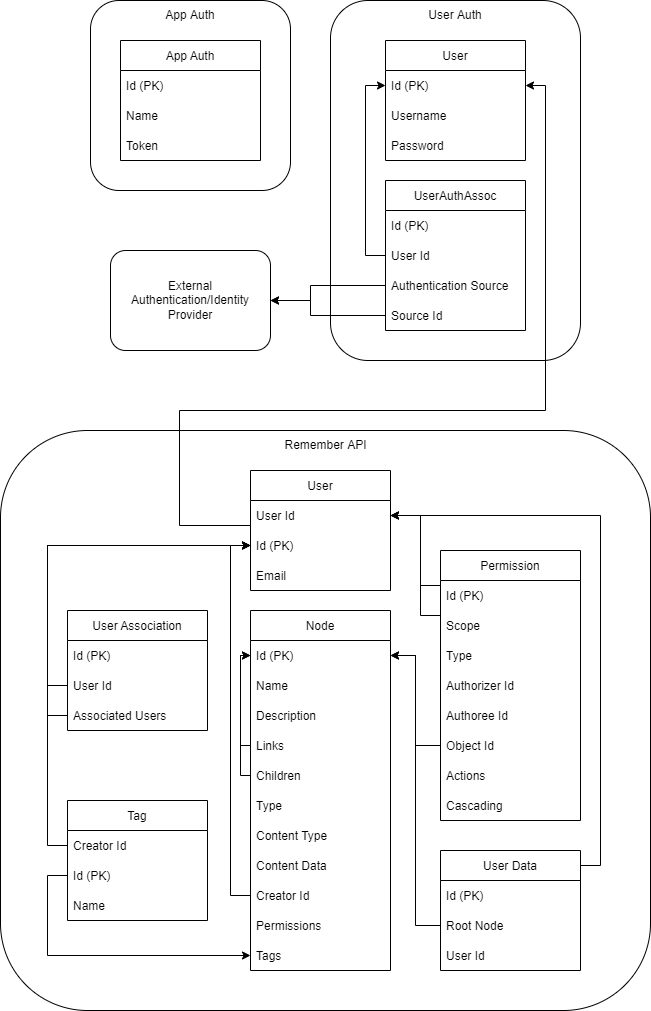
This is docs/Database-schema.drawio.png from TMarekAgh/remember, a draw.io export, as it was before one commit. Source tidied: cells renumbered, new cells last; positions are measured from the earlier drawing's top-left corner, leaving out a move shared by most shapes.
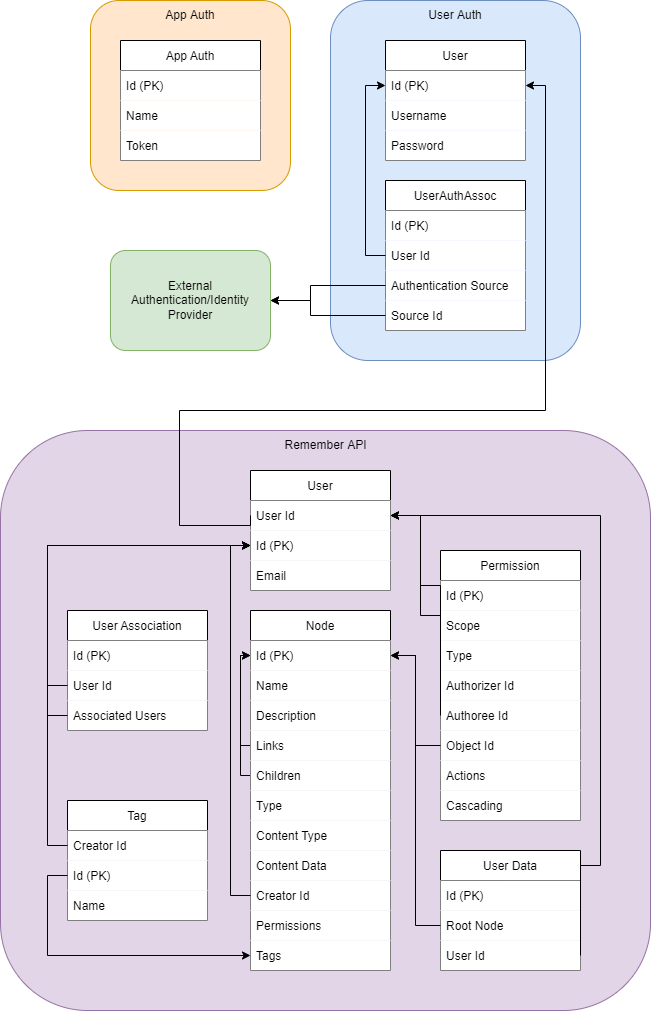
Later version of the same file.

Change to the diagram source:
```diff
@@ -4,3 +4,3 @@
     <mxCell id="1" parent="0" />
-    <mxCell id="2" style="rounded=1;whiteSpace=wrap;html=1;" parent="1" vertex="1">
+    <mxCell id="2" style="rounded=1;whiteSpace=wrap;html=1;fillColor=#ffe6cc;strokeColor=#d79b00;" parent="1" vertex="1">
       <mxGeometry x="90" width="200" height="190" as="geometry" />
@@ -10,9 +10,9 @@
     </mxCell>
-    <mxCell id="4" value="Id (PK)" style="text;strokeColor=none;fillColor=none;align=left;verticalAlign=middle;spacingLeft=4;spacingRight=4;overflow=hidden;" parent="3" vertex="1">
+    <mxCell id="4" value="Id (PK)" style="text;align=left;verticalAlign=middle;spacingLeft=4;spacingRight=4;overflow=hidden;fillColor=default;" parent="3" vertex="1">
       <mxGeometry y="30" width="140" height="30" as="geometry" />
     </mxCell>
-    <mxCell id="5" value="Name" style="text;strokeColor=none;fillColor=none;align=left;verticalAlign=middle;spacingLeft=4;spacingRight=4;overflow=hidden;" parent="3" vertex="1">
+    <mxCell id="5" value="Name" style="text;strokeColor=none;fillColor=default;align=left;verticalAlign=middle;spacingLeft=4;spacingRight=4;overflow=hidden;" parent="3" vertex="1">
       <mxGeometry y="60" width="140" height="30" as="geometry" />
     </mxCell>
-    <mxCell id="6" value="Token" style="text;strokeColor=none;fillColor=none;align=left;verticalAlign=middle;spacingLeft=4;spacingRight=4;overflow=hidden;" parent="3" vertex="1">
+    <mxCell id="6" value="Token" style="text;strokeColor=none;fillColor=default;align=left;verticalAlign=middle;spacingLeft=4;spacingRight=4;overflow=hidden;" parent="3" vertex="1">
       <mxGeometry y="90" width="140" height="30" as="geometry" />
@@ -22,3 +22,3 @@
     </mxCell>
-    <mxCell id="8" style="rounded=1;whiteSpace=wrap;html=1;" parent="1" vertex="1">
+    <mxCell id="8" style="rounded=1;whiteSpace=wrap;html=1;fillColor=#dae8fc;strokeColor=#6c8ebf;" parent="1" vertex="1">
       <mxGeometry x="330" width="250" height="360" as="geometry" />
@@ -31,9 +31,9 @@
     </mxCell>
-    <mxCell id="11" value="Id (PK)" style="text;strokeColor=none;fillColor=none;align=left;verticalAlign=middle;spacingLeft=4;spacingRight=4;overflow=hidden;points=[[0,0.5],[1,0.5]];portConstraint=eastwest;" parent="10" vertex="1">
+    <mxCell id="11" value="Id (PK)" style="text;strokeColor=none;fillColor=default;align=left;verticalAlign=middle;spacingLeft=4;spacingRight=4;overflow=hidden;points=[[0,0.5],[1,0.5]];portConstraint=eastwest;" parent="10" vertex="1">
       <mxGeometry y="30" width="140" height="30" as="geometry" />
     </mxCell>
-    <mxCell id="12" value="Username" style="text;strokeColor=none;fillColor=none;align=left;verticalAlign=middle;spacingLeft=4;spacingRight=4;overflow=hidden;" parent="10" vertex="1">
+    <mxCell id="12" value="Username" style="text;strokeColor=none;fillColor=default;align=left;verticalAlign=middle;spacingLeft=4;spacingRight=4;overflow=hidden;" parent="10" vertex="1">
       <mxGeometry y="60" width="140" height="30" as="geometry" />
     </mxCell>
-    <mxCell id="13" value="Password" style="text;strokeColor=none;fillColor=none;align=left;verticalAlign=middle;spacingLeft=4;spacingRight=4;overflow=hidden;" parent="10" vertex="1">
+    <mxCell id="13" value="Password" style="text;strokeColor=none;fillColor=default;align=left;verticalAlign=middle;spacingLeft=4;spacingRight=4;overflow=hidden;" parent="10" vertex="1">
       <mxGeometry y="90" width="140" height="30" as="geometry" />
@@ -43,12 +43,12 @@
     </mxCell>
-    <mxCell id="15" value="Id (PK)" style="text;strokeColor=none;fillColor=none;align=left;verticalAlign=middle;spacingLeft=4;spacingRight=4;overflow=hidden;" parent="14" vertex="1">
+    <mxCell id="15" value="Id (PK)" style="text;strokeColor=none;fillColor=default;align=left;verticalAlign=middle;spacingLeft=4;spacingRight=4;overflow=hidden;" parent="14" vertex="1">
       <mxGeometry y="30" width="140" height="30" as="geometry" />
     </mxCell>
-    <mxCell id="16" value="User Id" style="text;strokeColor=none;fillColor=none;align=left;verticalAlign=middle;spacingLeft=4;spacingRight=4;overflow=hidden;points=[[0,0.5],[1,0.5]];portConstraint=eastwest;" parent="14" vertex="1">
+    <mxCell id="16" value="User Id" style="text;strokeColor=none;fillColor=default;align=left;verticalAlign=middle;spacingLeft=4;spacingRight=4;overflow=hidden;points=[[0,0.5],[1,0.5]];portConstraint=eastwest;" parent="14" vertex="1">
       <mxGeometry y="60" width="140" height="30" as="geometry" />
     </mxCell>
-    <mxCell id="17" value="Authentication Source" style="text;strokeColor=none;fillColor=none;align=left;verticalAlign=middle;spacingLeft=4;spacingRight=4;overflow=hidden;points=[[0,0.5],[1,0.5]];portConstraint=eastwest;" parent="14" vertex="1">
+    <mxCell id="17" value="Authentication Source" style="text;strokeColor=none;fillColor=default;align=left;verticalAlign=middle;spacingLeft=4;spacingRight=4;overflow=hidden;points=[[0,0.5],[1,0.5]];portConstraint=eastwest;" parent="14" vertex="1">
       <mxGeometry y="90" width="140" height="30" as="geometry" />
     </mxCell>
-    <mxCell id="18" value="Source Id" style="text;strokeColor=none;fillColor=none;align=left;verticalAlign=middle;spacingLeft=4;spacingRight=4;overflow=hidden;points=[[0,0.5],[1,0.5]];portConstraint=eastwest;" parent="14" vertex="1">
+    <mxCell id="18" value="Source Id" style="text;strokeColor=none;fillColor=default;align=left;verticalAlign=middle;spacingLeft=4;spacingRight=4;overflow=hidden;points=[[0,0.5],[1,0.5]];portConstraint=eastwest;" parent="14" vertex="1">
       <mxGeometry y="120" width="140" height="30" as="geometry" />
@@ -58,3 +58,3 @@
     </mxCell>
-    <mxCell id="20" value="External Authentication/Identity Provider" style="rounded=1;whiteSpace=wrap;html=1;" parent="1" vertex="1">
+    <mxCell id="20" value="External Authentication/Identity Provider" style="rounded=1;whiteSpace=wrap;html=1;fillColor=#d5e8d4;strokeColor=#82b366;" parent="1" vertex="1">
       <mxGeometry x="110" y="250" width="160" height="100" as="geometry" />
@@ -77,3 +77,3 @@
     </mxCell>
-    <mxCell id="23" style="rounded=1;whiteSpace=wrap;html=1;" parent="1" vertex="1">
+    <mxCell id="23" style="rounded=1;whiteSpace=wrap;html=1;fillColor=#e1d5e7;strokeColor=#9673a6;" parent="1" vertex="1">
       <mxGeometry y="430" width="650" height="580" as="geometry" />
@@ -86,9 +86,9 @@
     </mxCell>
-    <mxCell id="26" value="User Id" style="text;strokeColor=none;fillColor=none;align=left;verticalAlign=middle;spacingLeft=4;spacingRight=4;overflow=hidden;points=[[0,0.5],[1,0.5]];portConstraint=eastwest;" parent="25" vertex="1">
+    <mxCell id="26" value="User Id" style="text;align=left;verticalAlign=middle;spacingLeft=4;spacingRight=4;overflow=hidden;points=[[0,0.5],[1,0.5]];portConstraint=eastwest;fillColor=default;" parent="25" vertex="1">
       <mxGeometry y="30" width="140" height="30" as="geometry" />
     </mxCell>
-    <mxCell id="27" value="Id (PK)" style="text;strokeColor=none;fillColor=none;align=left;verticalAlign=middle;spacingLeft=4;spacingRight=4;overflow=hidden;points=[[0,0.5],[1,0.5]];portConstraint=eastwest;" parent="25" vertex="1">
+    <mxCell id="27" value="Id (PK)" style="text;align=left;verticalAlign=middle;spacingLeft=4;spacingRight=4;overflow=hidden;points=[[0,0.5],[1,0.5]];portConstraint=eastwest;fillColor=default;" parent="25" vertex="1">
       <mxGeometry y="60" width="140" height="30" as="geometry" />
     </mxCell>
-    <mxCell id="28" value="Email" style="text;strokeColor=none;fillColor=none;align=left;verticalAlign=middle;spacingLeft=4;spacingRight=4;overflow=hidden;" parent="25" vertex="1">
+    <mxCell id="28" value="Email" style="text;strokeColor=none;fillColor=default;align=left;verticalAlign=middle;spacingLeft=4;spacingRight=4;overflow=hidden;" parent="25" vertex="1">
       <mxGeometry y="90" width="140" height="30" as="geometry" />
@@ -108,9 +108,9 @@
     </mxCell>
-    <mxCell id="31" value="Id (PK)" style="text;strokeColor=none;fillColor=none;align=left;verticalAlign=middle;spacingLeft=4;spacingRight=4;overflow=hidden;points=[[0,0.5],[1,0.5]];portConstraint=eastwest;" parent="30" vertex="1">
+    <mxCell id="31" value="Id (PK)" style="text;strokeColor=none;fillColor=default;align=left;verticalAlign=middle;spacingLeft=4;spacingRight=4;overflow=hidden;points=[[0,0.5],[1,0.5]];portConstraint=eastwest;" parent="30" vertex="1">
       <mxGeometry y="30" width="140" height="30" as="geometry" />
     </mxCell>
-    <mxCell id="32" value="Name" style="text;strokeColor=none;fillColor=none;align=left;verticalAlign=middle;spacingLeft=4;spacingRight=4;overflow=hidden;" parent="30" vertex="1">
+    <mxCell id="32" value="Name" style="text;strokeColor=none;fillColor=default;align=left;verticalAlign=middle;spacingLeft=4;spacingRight=4;overflow=hidden;" parent="30" vertex="1">
       <mxGeometry y="60" width="140" height="30" as="geometry" />
     </mxCell>
-    <mxCell id="33" value="Description" style="text;strokeColor=none;fillColor=none;align=left;verticalAlign=middle;spacingLeft=4;spacingRight=4;overflow=hidden;" parent="30" vertex="1">
+    <mxCell id="33" value="Description" style="text;strokeColor=none;fillColor=default;align=left;verticalAlign=middle;spacingLeft=4;spacingRight=4;overflow=hidden;" parent="30" vertex="1">
       <mxGeometry y="90" width="140" height="30" as="geometry" />
@@ -125,3 +125,3 @@
     </mxCell>
-    <mxCell id="35" value="Links" style="text;strokeColor=none;fillColor=none;align=left;verticalAlign=middle;spacingLeft=4;spacingRight=4;overflow=hidden;points=[[0,0.5],[1,0.5]];portConstraint=eastwest;" parent="30" vertex="1">
+    <mxCell id="35" value="Links" style="text;strokeColor=none;fillColor=default;align=left;verticalAlign=middle;spacingLeft=4;spacingRight=4;overflow=hidden;points=[[0,0.5],[1,0.5]];portConstraint=eastwest;" parent="30" vertex="1">
       <mxGeometry y="120" width="140" height="30" as="geometry" />
@@ -136,21 +136,21 @@
     </mxCell>
-    <mxCell id="37" value="Children" style="text;strokeColor=none;fillColor=none;align=left;verticalAlign=middle;spacingLeft=4;spacingRight=4;overflow=hidden;points=[[0,0.5],[1,0.5]];portConstraint=eastwest;" parent="30" vertex="1">
+    <mxCell id="37" value="Children" style="text;strokeColor=none;fillColor=default;align=left;verticalAlign=middle;spacingLeft=4;spacingRight=4;overflow=hidden;points=[[0,0.5],[1,0.5]];portConstraint=eastwest;" parent="30" vertex="1">
       <mxGeometry y="150" width="140" height="30" as="geometry" />
     </mxCell>
-    <mxCell id="38" value="Type" style="text;strokeColor=none;fillColor=none;align=left;verticalAlign=middle;spacingLeft=4;spacingRight=4;overflow=hidden;" parent="30" vertex="1">
+    <mxCell id="38" value="Type" style="text;strokeColor=none;fillColor=default;align=left;verticalAlign=middle;spacingLeft=4;spacingRight=4;overflow=hidden;" parent="30" vertex="1">
       <mxGeometry y="180" width="140" height="30" as="geometry" />
     </mxCell>
-    <mxCell id="39" value="Content Type" style="text;strokeColor=none;fillColor=none;align=left;verticalAlign=middle;spacingLeft=4;spacingRight=4;overflow=hidden;" parent="30" vertex="1">
+    <mxCell id="39" value="Content Type" style="text;strokeColor=none;fillColor=default;align=left;verticalAlign=middle;spacingLeft=4;spacingRight=4;overflow=hidden;" parent="30" vertex="1">
       <mxGeometry y="210" width="140" height="30" as="geometry" />
     </mxCell>
-    <mxCell id="40" value="Content Data" style="text;strokeColor=none;fillColor=none;align=left;verticalAlign=middle;spacingLeft=4;spacingRight=4;overflow=hidden;" parent="30" vertex="1">
+    <mxCell id="40" value="Content Data" style="text;strokeColor=none;fillColor=default;align=left;verticalAlign=middle;spacingLeft=4;spacingRight=4;overflow=hidden;" parent="30" vertex="1">
       <mxGeometry y="240" width="140" height="30" as="geometry" />
     </mxCell>
-    <mxCell id="41" value="Creator Id" style="text;strokeColor=none;fillColor=none;align=left;verticalAlign=middle;spacingLeft=4;spacingRight=4;overflow=hidden;points=[[0,0.5],[1,0.5]];portConstraint=eastwest;" parent="30" vertex="1">
+    <mxCell id="41" value="Creator Id" style="text;strokeColor=none;fillColor=default;align=left;verticalAlign=middle;spacingLeft=4;spacingRight=4;overflow=hidden;points=[[0,0.5],[1,0.5]];portConstraint=eastwest;" parent="30" vertex="1">
       <mxGeometry y="270" width="140" height="30" as="geometry" />
     </mxCell>
-    <mxCell id="42" value="Permissions" style="text;strokeColor=none;fillColor=none;align=left;verticalAlign=middle;spacingLeft=4;spacingRight=4;overflow=hidden;" parent="30" vertex="1">
+    <mxCell id="42" value="Permissions" style="text;strokeColor=none;fillColor=default;align=left;verticalAlign=middle;spacingLeft=4;spacingRight=4;overflow=hidden;" parent="30" vertex="1">
       <mxGeometry y="300" width="140" height="30" as="geometry" />
     </mxCell>
-    <mxCell id="43" value="Tags" style="text;strokeColor=none;fillColor=none;align=left;verticalAlign=middle;spacingLeft=4;spacingRight=4;overflow=hidden;points=[[0,0.5],[1,0.5]];portConstraint=eastwest;" parent="30" vertex="1">
+    <mxCell id="43" value="Tags" style="text;strokeColor=none;fillColor=default;align=left;verticalAlign=middle;spacingLeft=4;spacingRight=4;overflow=hidden;points=[[0,0.5],[1,0.5]];portConstraint=eastwest;" parent="30" vertex="1">
       <mxGeometry y="330" width="140" height="30" as="geometry" />
@@ -163,9 +163,9 @@
     </mxCell>
-    <mxCell id="46" value="Creator Id" style="text;strokeColor=none;fillColor=none;align=left;verticalAlign=middle;spacingLeft=4;spacingRight=4;overflow=hidden;points=[[0,0.5],[1,0.5]];portConstraint=eastwest;" parent="45" vertex="1">
+    <mxCell id="46" value="Creator Id" style="text;strokeColor=none;fillColor=default;align=left;verticalAlign=middle;spacingLeft=4;spacingRight=4;overflow=hidden;points=[[0,0.5],[1,0.5]];portConstraint=eastwest;" parent="45" vertex="1">
       <mxGeometry y="30" width="140" height="30" as="geometry" />
     </mxCell>
-    <mxCell id="47" value="Id (PK)" style="text;strokeColor=none;fillColor=none;align=left;verticalAlign=middle;spacingLeft=4;spacingRight=4;overflow=hidden;points=[[0,0.5],[1,0.5]];portConstraint=eastwest;" parent="45" vertex="1">
+    <mxCell id="47" value="Id (PK)" style="text;strokeColor=none;fillColor=default;align=left;verticalAlign=middle;spacingLeft=4;spacingRight=4;overflow=hidden;points=[[0,0.5],[1,0.5]];portConstraint=eastwest;" parent="45" vertex="1">
       <mxGeometry y="60" width="140" height="30" as="geometry" />
     </mxCell>
-    <mxCell id="48" value="Name" style="text;strokeColor=none;fillColor=none;align=left;verticalAlign=middle;spacingLeft=4;spacingRight=4;overflow=hidden;" parent="45" vertex="1">
+    <mxCell id="48" value="Name" style="text;strokeColor=none;fillColor=default;align=left;verticalAlign=middle;spacingLeft=4;spacingRight=4;overflow=hidden;" parent="45" vertex="1">
       <mxGeometry y="90" width="140" height="30" as="geometry" />
@@ -181,24 +181,24 @@
     </mxCell>
-    <mxCell id="52" value="Id (PK)" style="text;strokeColor=none;fillColor=none;align=left;verticalAlign=middle;spacingLeft=4;spacingRight=4;overflow=hidden;" parent="51" vertex="1">
+    <mxCell id="52" value="Id (PK)" style="text;strokeColor=none;fillColor=default;align=left;verticalAlign=middle;spacingLeft=4;spacingRight=4;overflow=hidden;" parent="51" vertex="1">
       <mxGeometry y="30" width="140" height="30" as="geometry" />
     </mxCell>
-    <mxCell id="53" value="Scope" style="text;strokeColor=none;fillColor=none;align=left;verticalAlign=middle;spacingLeft=4;spacingRight=4;overflow=hidden;" parent="51" vertex="1">
+    <mxCell id="53" value="Scope" style="text;strokeColor=none;fillColor=default;align=left;verticalAlign=middle;spacingLeft=4;spacingRight=4;overflow=hidden;" parent="51" vertex="1">
       <mxGeometry y="60" width="140" height="30" as="geometry" />
     </mxCell>
-    <mxCell id="54" value="Type" style="text;strokeColor=none;fillColor=none;align=left;verticalAlign=middle;spacingLeft=4;spacingRight=4;overflow=hidden;" parent="51" vertex="1">
+    <mxCell id="54" value="Type" style="text;strokeColor=none;fillColor=default;align=left;verticalAlign=middle;spacingLeft=4;spacingRight=4;overflow=hidden;" parent="51" vertex="1">
       <mxGeometry y="90" width="140" height="30" as="geometry" />
     </mxCell>
-    <mxCell id="55" value="Authorizer Id" style="text;strokeColor=none;fillColor=none;align=left;verticalAlign=middle;spacingLeft=4;spacingRight=4;overflow=hidden;points=[[0,0.5],[1,0.5]];portConstraint=eastwest;" parent="51" vertex="1">
+    <mxCell id="55" value="Authorizer Id" style="text;strokeColor=none;fillColor=default;align=left;verticalAlign=middle;spacingLeft=4;spacingRight=4;overflow=hidden;points=[[0,0.5],[1,0.5]];portConstraint=eastwest;" parent="51" vertex="1">
       <mxGeometry y="120" width="140" height="30" as="geometry" />
     </mxCell>
-    <mxCell id="56" value="Authoree Id" style="text;strokeColor=none;fillColor=none;align=left;verticalAlign=middle;spacingLeft=4;spacingRight=4;overflow=hidden;points=[[0,0.5],[1,0.5]];portConstraint=eastwest;" parent="51" vertex="1">
+    <mxCell id="56" value="Authoree Id" style="text;strokeColor=none;fillColor=default;align=left;verticalAlign=middle;spacingLeft=4;spacingRight=4;overflow=hidden;points=[[0,0.5],[1,0.5]];portConstraint=eastwest;" parent="51" vertex="1">
       <mxGeometry y="150" width="140" height="30" as="geometry" />
     </mxCell>
-    <mxCell id="57" value="Object Id" style="text;strokeColor=none;fillColor=none;align=left;verticalAlign=middle;spacingLeft=4;spacingRight=4;overflow=hidden;points=[[0,0.5],[1,0.5]];portConstraint=eastwest;" parent="51" vertex="1">
+    <mxCell id="57" value="Object Id" style="text;strokeColor=none;fillColor=default;align=left;verticalAlign=middle;spacingLeft=4;spacingRight=4;overflow=hidden;points=[[0,0.5],[1,0.5]];portConstraint=eastwest;" parent="51" vertex="1">
       <mxGeometry y="180" width="140" height="30" as="geometry" />
     </mxCell>
-    <mxCell id="58" value="Actions" style="text;strokeColor=none;fillColor=none;align=left;verticalAlign=middle;spacingLeft=4;spacingRight=4;overflow=hidden;" parent="51" vertex="1">
+    <mxCell id="58" value="Actions" style="text;strokeColor=none;fillColor=default;align=left;verticalAlign=middle;spacingLeft=4;spacingRight=4;overflow=hidden;" parent="51" vertex="1">
       <mxGeometry y="210" width="140" height="30" as="geometry" />
     </mxCell>
-    <mxCell id="59" value="Cascading" style="text;strokeColor=none;fillColor=none;align=left;verticalAlign=middle;spacingLeft=4;spacingRight=4;overflow=hidden;" parent="51" vertex="1">
+    <mxCell id="59" value="Cascading" style="text;strokeColor=none;fillColor=default;align=left;verticalAlign=middle;spacingLeft=4;spacingRight=4;overflow=hidden;" parent="51" vertex="1">
       <mxGeometry y="240" width="140" height="30" as="geometry" />
@@ -229,9 +229,9 @@
     </mxCell>
-    <mxCell id="64" value="Id (PK)" style="text;strokeColor=none;fillColor=none;align=left;verticalAlign=middle;spacingLeft=4;spacingRight=4;overflow=hidden;" parent="63" vertex="1">
+    <mxCell id="64" value="Id (PK)" style="text;strokeColor=none;fillColor=default;align=left;verticalAlign=middle;spacingLeft=4;spacingRight=4;overflow=hidden;" parent="63" vertex="1">
       <mxGeometry y="30" width="140" height="30" as="geometry" />
     </mxCell>
-    <mxCell id="65" value="User Id" style="text;strokeColor=none;fillColor=none;align=left;verticalAlign=middle;spacingLeft=4;spacingRight=4;overflow=hidden;points=[[0,0.5],[1,0.5]];portConstraint=eastwest;" parent="63" vertex="1">
+    <mxCell id="65" value="User Id" style="text;strokeColor=none;fillColor=default;align=left;verticalAlign=middle;spacingLeft=4;spacingRight=4;overflow=hidden;points=[[0,0.5],[1,0.5]];portConstraint=eastwest;" parent="63" vertex="1">
       <mxGeometry y="60" width="140" height="30" as="geometry" />
     </mxCell>
-    <mxCell id="66" value="Associated Users" style="text;strokeColor=none;fillColor=none;align=left;verticalAlign=middle;spacingLeft=4;spacingRight=4;overflow=hidden;points=[[0,0.5],[1,0.5]];portConstraint=eastwest;" parent="63" vertex="1">
+    <mxCell id="66" value="Associated Users" style="text;strokeColor=none;fillColor=default;align=left;verticalAlign=middle;spacingLeft=4;spacingRight=4;overflow=hidden;points=[[0,0.5],[1,0.5]];portConstraint=eastwest;" parent="63" vertex="1">
       <mxGeometry y="90" width="140" height="30" as="geometry" />
@@ -241,9 +241,9 @@
     </mxCell>
-    <mxCell id="68" value="Id (PK)" style="text;strokeColor=none;fillColor=none;align=left;verticalAlign=middle;spacingLeft=4;spacingRight=4;overflow=hidden;" parent="67" vertex="1">
+    <mxCell id="68" value="Id (PK)" style="text;strokeColor=none;fillColor=default;align=left;verticalAlign=middle;spacingLeft=4;spacingRight=4;overflow=hidden;" parent="67" vertex="1">
       <mxGeometry y="30" width="140" height="30" as="geometry" />
     </mxCell>
-    <mxCell id="69" value="Root Node" style="text;strokeColor=none;fillColor=none;align=left;verticalAlign=middle;spacingLeft=4;spacingRight=4;overflow=hidden;points=[[0,0.5],[1,0.5]];portConstraint=eastwest;" parent="67" vertex="1">
+    <mxCell id="69" value="Root Node" style="text;strokeColor=none;fillColor=default;align=left;verticalAlign=middle;spacingLeft=4;spacingRight=4;overflow=hidden;points=[[0,0.5],[1,0.5]];portConstraint=eastwest;" parent="67" vertex="1">
       <mxGeometry y="60" width="140" height="30" as="geometry" />
     </mxCell>
-    <mxCell id="70" value="User Id" style="text;strokeColor=none;fillColor=none;align=left;verticalAlign=middle;spacingLeft=4;spacingRight=4;overflow=hidden;points=[[0,0.5],[1,0.5]];portConstraint=eastwest;" parent="67" vertex="1">
+    <mxCell id="70" value="User Id" style="text;strokeColor=none;fillColor=default;align=left;verticalAlign=middle;spacingLeft=4;spacingRight=4;overflow=hidden;points=[[0,0.5],[1,0.5]];portConstraint=eastwest;" parent="67" vertex="1">
       <mxGeometry y="90" width="140" height="30" as="geometry" />
```
